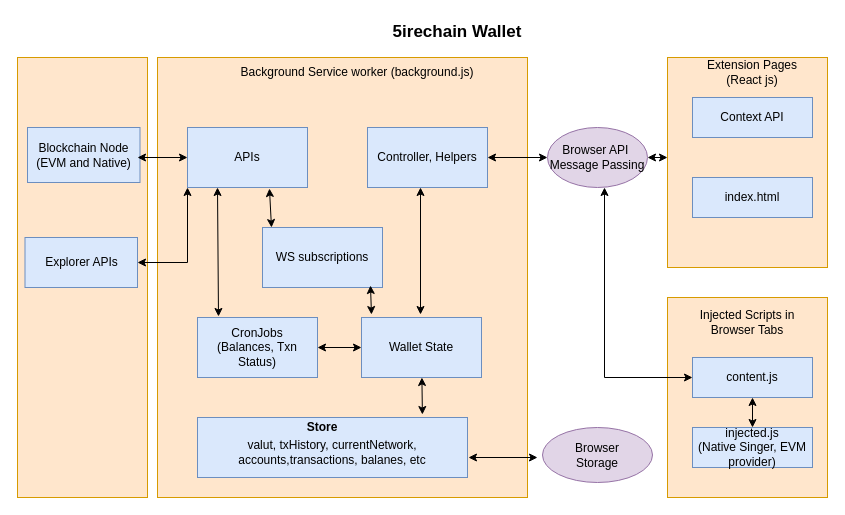
Before: extension.drawio in kulwindersingh-ant/drawio, a draw.io diagram. Source tidied: cells renumbered, new cells numbered last; positions are measured from the earlier drawing's top-left corner, leaving out a move shared by most shapes. Both pictures are drawn from the tidied source at 100%, with x=0, y=0 at pixel (17, 17).
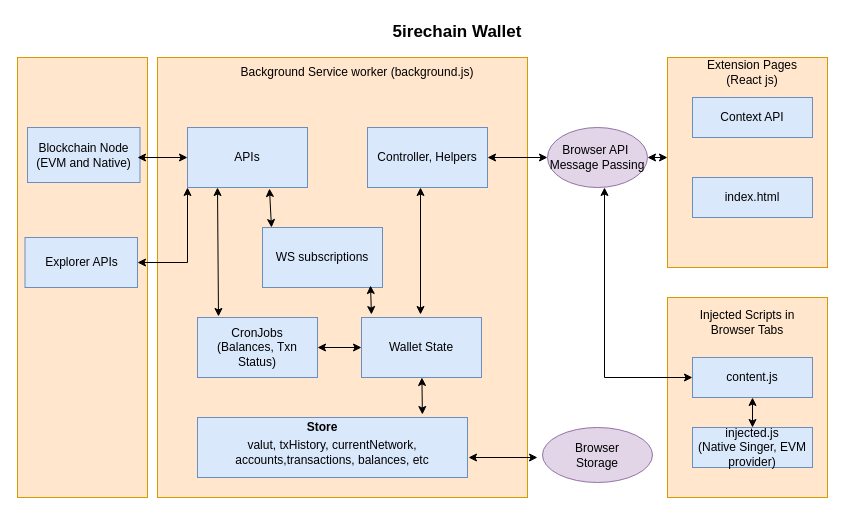
The same page after the edit.

What changed in the source:
```diff
@@
-    <mxCell id="19" value="valut, txHistory, currentNetwork, accounts,transactions, balanes, etc" style="text;html=1;strokeColor=none;fillColor=none;align=center;verticalAlign=middle;whiteSpace=wrap;rounded=0;" parent="1" vertex="1">
+    <mxCell id="19" value="valut, txHistory, currentNetwork, accounts,transactions, balances, etc" style="text;html=1;strokeColor=none;fillColor=none;align=center;verticalAlign=middle;whiteSpace=wrap;rounded=0;" parent="1" vertex="1">
       <mxGeometry x="190" y="420" width="250" height="30" as="geometry" />
     </mxCell>
```
